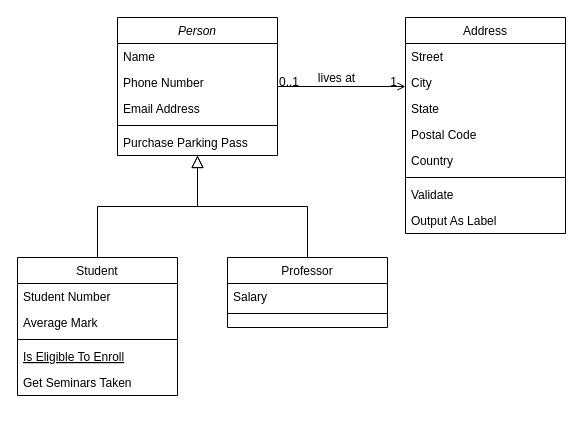
Before: anty_class_diagram.drawio in Freeman-md/anty, a draw.io diagram. Source tidied: cells renumbered, new cells numbered last; positions are measured from the earlier drawing's top-left corner, leaving out a move shared by most shapes. Both pictures are drawn from the tidied source at 100%, with x=0, y=0 at pixel (17, 17).
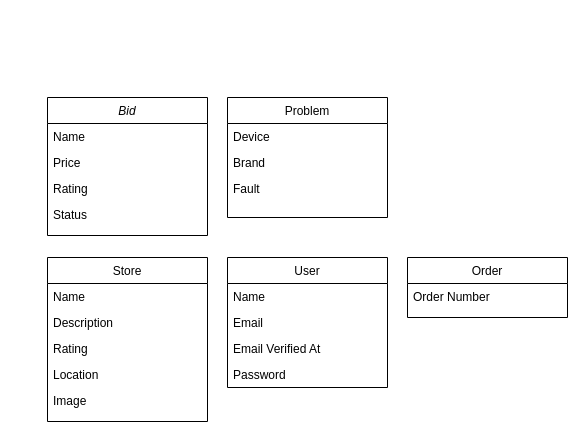
The same page after the edit.

Change to the diagram source:
```diff
@@
-    <mxCell id="2" value="Person" style="swimlane;fontStyle=2;align=center;verticalAlign=top;horizontal=1;startSize=26;rounded=0;shadow=0;strokeWidth=1;" parent="1" vertex="1">
-      <mxGeometry x="100" width="160" height="138" as="geometry" />
+    <mxCell id="2" value="Bid" style="swimlane;fontStyle=2;align=center;verticalAlign=top;horizontal=1;startSize=26;rounded=0;shadow=0;strokeWidth=1;" parent="1" vertex="1">
+      <mxGeometry x="30" y="80" width="160" height="138" as="geometry" />
     </mxCell>
@@
-    <mxCell id="4" value="Phone Number" style="text;align=left;verticalAlign=top;spacingLeft=4;spacingRight=4;overflow=hidden;rounded=0;shadow=0;html=0;" parent="2" vertex="1">
+    <mxCell id="4" value="Price" style="text;align=left;verticalAlign=top;spacingLeft=4;spacingRight=4;overflow=hidden;rounded=0;shadow=0;html=0;" parent="2" vertex="1">
       <mxGeometry y="52" width="160" height="26" as="geometry" />
     </mxCell>
-    <mxCell id="5" value="Email Address" style="text;align=left;verticalAlign=top;spacingLeft=4;spacingRight=4;overflow=hidden;rounded=0;shadow=0;html=0;" parent="2" vertex="1">
+    <mxCell id="5" value="Rating" style="text;align=left;verticalAlign=top;spacingLeft=4;spacingRight=4;overflow=hidden;rounded=0;shadow=0;html=0;" parent="2" vertex="1">
       <mxGeometry y="78" width="160" height="26" as="geometry" />
     </mxCell>
-    <mxCell id="6" style="line;html=1;strokeWidth=1;align=left;verticalAlign=middle;spacingTop=-1;spacingLeft=3;spacingRight=3;labelPosition=right;" parent="2" vertex="1">
-      <mxGeometry y="104" width="160" height="8" as="geometry" />
-    </mxCell>
-    <mxCell id="7" value="Purchase Parking Pass" style="text;align=left;verticalAlign=top;spacingLeft=4;spacingRight=4;overflow=hidden;" parent="2" vertex="1">
-      <mxGeometry y="112" width="160" height="26" as="geometry" />
-    </mxCell>
+    <mxCell id="32" value="Status" style="text;align=left;verticalAlign=top;spacingLeft=4;spacingRight=4;overflow=hidden;rounded=0;shadow=0;html=0;" parent="2" vertex="1">
+      <mxGeometry y="104" width="160" height="26" as="geometry" />
+    </mxCell>
-    <mxCell id="8" value="Student" style="swimlane;fontStyle=0;align=center;verticalAlign=top;horizontal=1;startSize=26;rounded=0;shadow=0;strokeWidth=1;" parent="1" vertex="1">
-      <mxGeometry y="240" width="160" height="138" as="geometry" />
+    <mxCell id="8" value="Store" style="swimlane;fontStyle=0;align=center;verticalAlign=top;horizontal=1;startSize=26;rounded=0;shadow=0;strokeWidth=1;" parent="1" vertex="1">
+      <mxGeometry x="30" y="240" width="160" height="164" as="geometry" />
     </mxCell>
-    <mxCell id="9" value="Student Number" style="text;align=left;verticalAlign=top;spacingLeft=4;spacingRight=4;overflow=hidden;" parent="8" vertex="1">
+    <mxCell id="9" value="Name" style="text;align=left;verticalAlign=top;spacingLeft=4;spacingRight=4;overflow=hidden;" parent="8" vertex="1">
       <mxGeometry y="26" width="160" height="26" as="geometry" />
     </mxCell>
-    <mxCell id="10" value="Average Mark" style="text;align=left;verticalAlign=top;spacingLeft=4;spacingRight=4;overflow=hidden;rounded=0;shadow=0;html=0;" parent="8" vertex="1">
+    <mxCell id="10" value="Description" style="text;align=left;verticalAlign=top;spacingLeft=4;spacingRight=4;overflow=hidden;rounded=0;shadow=0;html=0;" parent="8" vertex="1">
       <mxGeometry y="52" width="160" height="26" as="geometry" />
     </mxCell>
-    <mxCell id="11" style="line;html=1;strokeWidth=1;align=left;verticalAlign=middle;spacingTop=-1;spacingLeft=3;spacingRight=3;labelPosition=right;" parent="8" vertex="1">
-      <mxGeometry y="78" width="160" height="8" as="geometry" />
-    </mxCell>
-    <mxCell id="12" value="Is Eligible To Enroll" style="text;align=left;verticalAlign=top;spacingLeft=4;spacingRight=4;overflow=hidden;fontStyle=4;" parent="8" vertex="1">
-      <mxGeometry y="86" width="160" height="26" as="geometry" />
+    <mxCell id="12" value="Rating" style="text;align=left;verticalAlign=top;spacingLeft=4;spacingRight=4;overflow=hidden;fontStyle=0;" parent="8" vertex="1">
+      <mxGeometry y="78" width="160" height="26" as="geometry" />
     </mxCell>
-    <mxCell id="13" value="Get Seminars Taken" style="text;align=left;verticalAlign=top;spacingLeft=4;spacingRight=4;overflow=hidden;" parent="8" vertex="1">
-      <mxGeometry y="112" width="160" height="26" as="geometry" />
+    <mxCell id="13" value="Location" style="text;align=left;verticalAlign=top;spacingLeft=4;spacingRight=4;overflow=hidden;" parent="8" vertex="1">
+      <mxGeometry y="104" width="160" height="26" as="geometry" />
     </mxCell>
-    <mxCell id="14" style="endArrow=block;endSize=10;endFill=0;shadow=0;strokeWidth=1;rounded=0;edgeStyle=elbowEdgeStyle;elbow=vertical;" parent="1" edge="1" source="8" target="2">
-      <mxGeometry relative="1" as="geometry" />
-    </mxCell>
+    <mxCell id="33" value="Image" style="text;align=left;verticalAlign=top;spacingLeft=4;spacingRight=4;overflow=hidden;" parent="8" vertex="1">
+      <mxGeometry y="130" width="160" height="26" as="geometry" />
+    </mxCell>
-    <mxCell id="15" value="Professor" style="swimlane;fontStyle=0;align=center;verticalAlign=top;horizontal=1;startSize=26;rounded=0;shadow=0;strokeWidth=1;" parent="1" vertex="1">
-      <mxGeometry x="210" y="240" width="160" height="70" as="geometry" />
+    <mxCell id="15" value="User" style="swimlane;fontStyle=0;align=center;verticalAlign=top;horizontal=1;startSize=26;rounded=0;shadow=0;strokeWidth=1;" parent="1" vertex="1">
+      <mxGeometry x="210" y="240" width="160" height="130" as="geometry" />
     </mxCell>
-    <mxCell id="16" value="Salary" style="text;align=left;verticalAlign=top;spacingLeft=4;spacingRight=4;overflow=hidden;" parent="15" vertex="1">
+    <mxCell id="16" value="Name" style="text;align=left;verticalAlign=top;spacingLeft=4;spacingRight=4;overflow=hidden;" parent="15" vertex="1">
       <mxGeometry y="26" width="160" height="26" as="geometry" />
     </mxCell>
-    <mxCell id="17" style="line;html=1;strokeWidth=1;align=left;verticalAlign=middle;spacingTop=-1;spacingLeft=3;spacingRight=3;labelPosition=right;" parent="15" vertex="1">
-      <mxGeometry y="52" width="160" height="8" as="geometry" />
-    </mxCell>
-    <mxCell id="18" style="endArrow=block;endSize=10;endFill=0;shadow=0;strokeWidth=1;rounded=0;edgeStyle=elbowEdgeStyle;elbow=vertical;" parent="1" edge="1" source="15" target="2">
-      <mxGeometry relative="1" as="geometry" />
-    </mxCell>
+    <mxCell id="34" value="Email" style="text;align=left;verticalAlign=top;spacingLeft=4;spacingRight=4;overflow=hidden;" parent="15" vertex="1">
+      <mxGeometry y="52" width="160" height="26" as="geometry" />
+    </mxCell>
+    <mxCell id="35" value="Email Verified At" style="text;align=left;verticalAlign=top;spacingLeft=4;spacingRight=4;overflow=hidden;" parent="15" vertex="1">
+      <mxGeometry y="78" width="160" height="26" as="geometry" />
+    </mxCell>
+    <mxCell id="36" value="Password" style="text;align=left;verticalAlign=top;spacingLeft=4;spacingRight=4;overflow=hidden;" parent="15" vertex="1">
+      <mxGeometry y="104" width="160" height="26" as="geometry" />
+    </mxCell>
-    <mxCell id="19" value="Address" style="swimlane;fontStyle=0;align=center;verticalAlign=top;horizontal=1;startSize=26;rounded=0;shadow=0;strokeWidth=1;" parent="1" vertex="1">
-      <mxGeometry x="388" width="160" height="216" as="geometry" />
+    <mxCell id="19" value="Problem" style="swimlane;fontStyle=0;align=center;verticalAlign=top;horizontal=1;startSize=26;rounded=0;shadow=0;strokeWidth=1;" parent="1" vertex="1">
+      <mxGeometry x="210" y="80" width="160" height="120" as="geometry" />
     </mxCell>
-    <mxCell id="20" value="Street" style="text;align=left;verticalAlign=top;spacingLeft=4;spacingRight=4;overflow=hidden;" parent="19" vertex="1">
+    <mxCell id="20" value="Device" style="text;align=left;verticalAlign=top;spacingLeft=4;spacingRight=4;overflow=hidden;" parent="19" vertex="1">
       <mxGeometry y="26" width="160" height="26" as="geometry" />
     </mxCell>
-    <mxCell id="21" value="City" style="text;align=left;verticalAlign=top;spacingLeft=4;spacingRight=4;overflow=hidden;rounded=0;shadow=0;html=0;" parent="19" vertex="1">
+    <mxCell id="21" value="Brand" style="text;align=left;verticalAlign=top;spacingLeft=4;spacingRight=4;overflow=hidden;rounded=0;shadow=0;html=0;" parent="19" vertex="1">
       <mxGeometry y="52" width="160" height="26" as="geometry" />
     </mxCell>
-    <mxCell id="22" value="State" style="text;align=left;verticalAlign=top;spacingLeft=4;spacingRight=4;overflow=hidden;rounded=0;shadow=0;html=0;" parent="19" vertex="1">
+    <mxCell id="22" value="Fault" style="text;align=left;verticalAlign=top;spacingLeft=4;spacingRight=4;overflow=hidden;rounded=0;shadow=0;html=0;" parent="19" vertex="1">
       <mxGeometry y="78" width="160" height="26" as="geometry" />
     </mxCell>
-    <mxCell id="23" value="Postal Code" style="text;align=left;verticalAlign=top;spacingLeft=4;spacingRight=4;overflow=hidden;rounded=0;shadow=0;html=0;" parent="19" vertex="1">
-      <mxGeometry y="104" width="160" height="26" as="geometry" />
-    </mxCell>
-    <mxCell id="24" value="Country" style="text;align=left;verticalAlign=top;spacingLeft=4;spacingRight=4;overflow=hidden;rounded=0;shadow=0;html=0;" parent="19" vertex="1">
-      <mxGeometry y="130" width="160" height="26" as="geometry" />
-    </mxCell>
-    <mxCell id="25" style="line;html=1;strokeWidth=1;align=left;verticalAlign=middle;spacingTop=-1;spacingLeft=3;spacingRight=3;labelPosition=right;" parent="19" vertex="1">
-      <mxGeometry y="156" width="160" height="8" as="geometry" />
-    </mxCell>
-    <mxCell id="26" value="Validate" style="text;align=left;verticalAlign=top;spacingLeft=4;spacingRight=4;overflow=hidden;" parent="19" vertex="1">
-      <mxGeometry y="164" width="160" height="26" as="geometry" />
-    </mxCell>
-    <mxCell id="27" value="Output As Label" style="text;align=left;verticalAlign=top;spacingLeft=4;spacingRight=4;overflow=hidden;" parent="19" vertex="1">
-      <mxGeometry y="190" width="160" height="26" as="geometry" />
-    </mxCell>
-    <mxCell id="28" style="endArrow=open;shadow=0;strokeWidth=1;rounded=0;endFill=1;edgeStyle=elbowEdgeStyle;elbow=vertical;" parent="1" edge="1" source="2" target="19">
-      <mxGeometry x="0.5" y="41" relative="1" as="geometry">
-        <mxPoint x="-40" y="32" as="offset" />
-      </mxGeometry>
-    </mxCell>
-    <mxCell id="29" value="0..1" style="align=left;verticalAlign=bottom;labelBackgroundColor=none;fontSize=12;" parent="28" vertex="1">
-      <mxGeometry x="-1" relative="1" as="geometry">
-        <mxPoint y="4" as="offset" />
-      </mxGeometry>
-    </mxCell>
-    <mxCell id="30" value="1" style="align=right;verticalAlign=bottom;labelBackgroundColor=none;fontSize=12;" parent="28" vertex="1">
-      <mxGeometry x="1" relative="1" as="geometry">
-        <mxPoint x="-7" y="4" as="offset" />
-      </mxGeometry>
-    </mxCell>
-    <mxCell id="31" value="lives at" style="text;html=1;align=center;verticalAlign=middle;labelBackgroundColor=none;rounded=0;shadow=0;strokeWidth=1;fontSize=12;" parent="28" vertex="1">
-      <mxGeometry x="0.5" y="49" relative="1" as="geometry">
-        <mxPoint x="-38" y="40" as="offset" />
-      </mxGeometry>
-    </mxCell>
+    <mxCell id="37" value="Order" style="swimlane;fontStyle=0;align=center;verticalAlign=top;horizontal=1;startSize=26;rounded=0;shadow=0;strokeWidth=1;" parent="1" vertex="1">
+      <mxGeometry x="390" y="240" width="160" height="60" as="geometry" />
+    </mxCell>
+    <mxCell id="38" value="Order Number" style="text;align=left;verticalAlign=top;spacingLeft=4;spacingRight=4;overflow=hidden;" parent="37" vertex="1">
+      <mxGeometry y="26" width="160" height="26" as="geometry" />
+    </mxCell>
```
